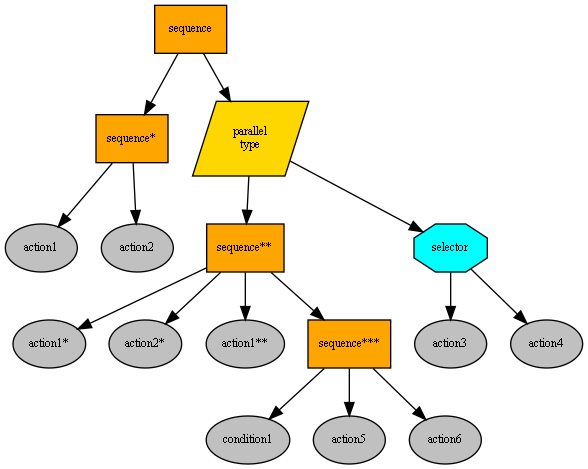
Above: primitives/task_base/images/test2/test2.png in changmsdn/chatGBT (Graphviz), before the change. Its source is kept beside it as primitives/task_base/images/test2/test2.dot. Source of this version:
```dot
digraph pastafarianism {
ordering=out;
graph [fontname="times-roman"];
node [fontname="times-roman"];
edge [fontname="times-roman"];
sequence [fillcolor=orange, fontcolor=black, fontsize=9, label=sequence, shape=box, style=filled];
"sequence*" [fillcolor=orange, fontcolor=black, fontsize=9, label="sequence*", shape=box, style=filled];
sequence -> "sequence*";
action1 [fillcolor=gray, fontcolor=black, fontsize=9, label=action1, shape=ellipse, style=filled];
"sequence*" -> action1;
action2 [fillcolor=gray, fontcolor=black, fontsize=9, label=action2, shape=ellipse, style=filled];
"sequence*" -> action2;
parallel [fillcolor=gold, fontcolor=black, fontsize=9, label="parallel\ntype", shape=parallelogram, style=filled];
sequence -> parallel;
"sequence**" [fillcolor=orange, fontcolor=black, fontsize=9, label="sequence**", shape=box, style=filled];
parallel -> "sequence**";
"action1*" [fillcolor=gray, fontcolor=black, fontsize=9, label="action1*", shape=ellipse, style=filled];
"sequence**" -> "action1*";
"action2*" [fillcolor=gray, fontcolor=black, fontsize=9, label="action2*", shape=ellipse, style=filled];
"sequence**" -> "action2*";
"action1**" [fillcolor=gray, fontcolor=black, fontsize=9, label="action1**", shape=ellipse, style=filled];
"sequence**" -> "action1**";
"sequence***" [fillcolor=orange, fontcolor=black, fontsize=9, label="sequence***", shape=box, style=filled];
"sequence**" -> "sequence***";
condition1 [fillcolor=gray, fontcolor=black, fontsize=9, label=condition1, shape=ellipse, style=filled];
"sequence***" -> condition1;
action5 [fillcolor=gray, fontcolor=black, fontsize=9, label=action5, shape=ellipse, style=filled];
"sequence***" -> action5;
action6 [fillcolor=gray, fontcolor=black, fontsize=9, label=action6, shape=ellipse, style=filled];
"sequence***" -> action6;
selector [fillcolor=cyan, fontcolor=black, fontsize=9, label=selector, shape=octagon, style=filled];
parallel -> selector;
action3 [fillcolor=gray, fontcolor=black, fontsize=9, label=action3, shape=ellipse, style=filled];
selector -> action3;
action4 [fillcolor=gray, fontcolor=black, fontsize=9, label=action4, shape=ellipse, style=filled];
selector -> action4;
}
```
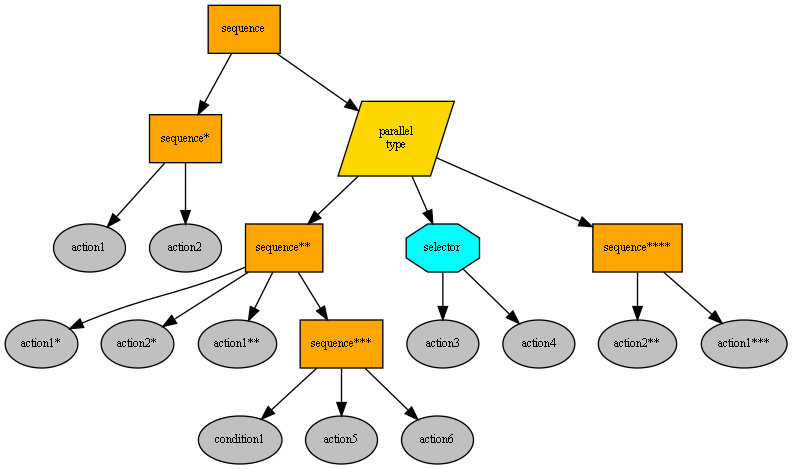
After the change.

What changed in the source:
```diff
@@ -34,4 +34,10 @@
 selector -> action3;
 action4 [fillcolor=gray, fontcolor=black, fontsize=9, label=action4, shape=ellipse, style=filled];
 selector -> action4;
+"sequence****" [fillcolor=orange, fontcolor=black, fontsize=9, label="sequence****", shape=box, style=filled];
+parallel -> "sequence****";
+"action2**" [fillcolor=gray, fontcolor=black, fontsize=9, label="action2**", shape=ellipse, style=filled];
+"sequence****" -> "action2**";
+"action1***" [fillcolor=gray, fontcolor=black, fontsize=9, label="action1***", shape=ellipse, style=filled];
+"sequence****" -> "action1***";
 }
```
